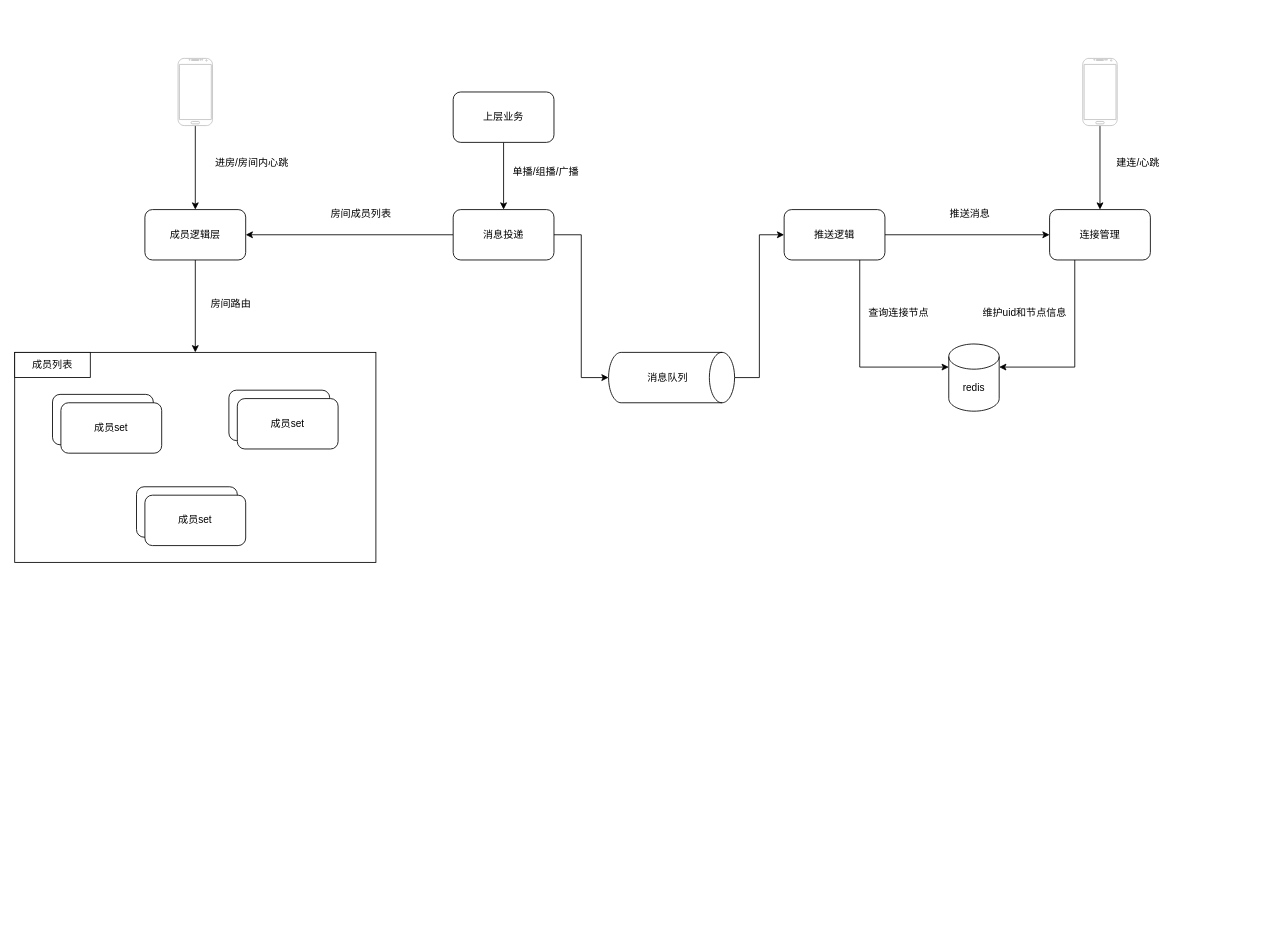
lovercode/drawio keeps this draw.io diagram as live.drawio. Above is the earlier version. Source tidied: cells renumbered, new cells numbered last; positions are measured from the earlier drawing's top-left corner, leaving out a move shared by most shapes. Both pictures are drawn from the tidied source at 84%, with x=0, y=0 at pixel (14, 58).
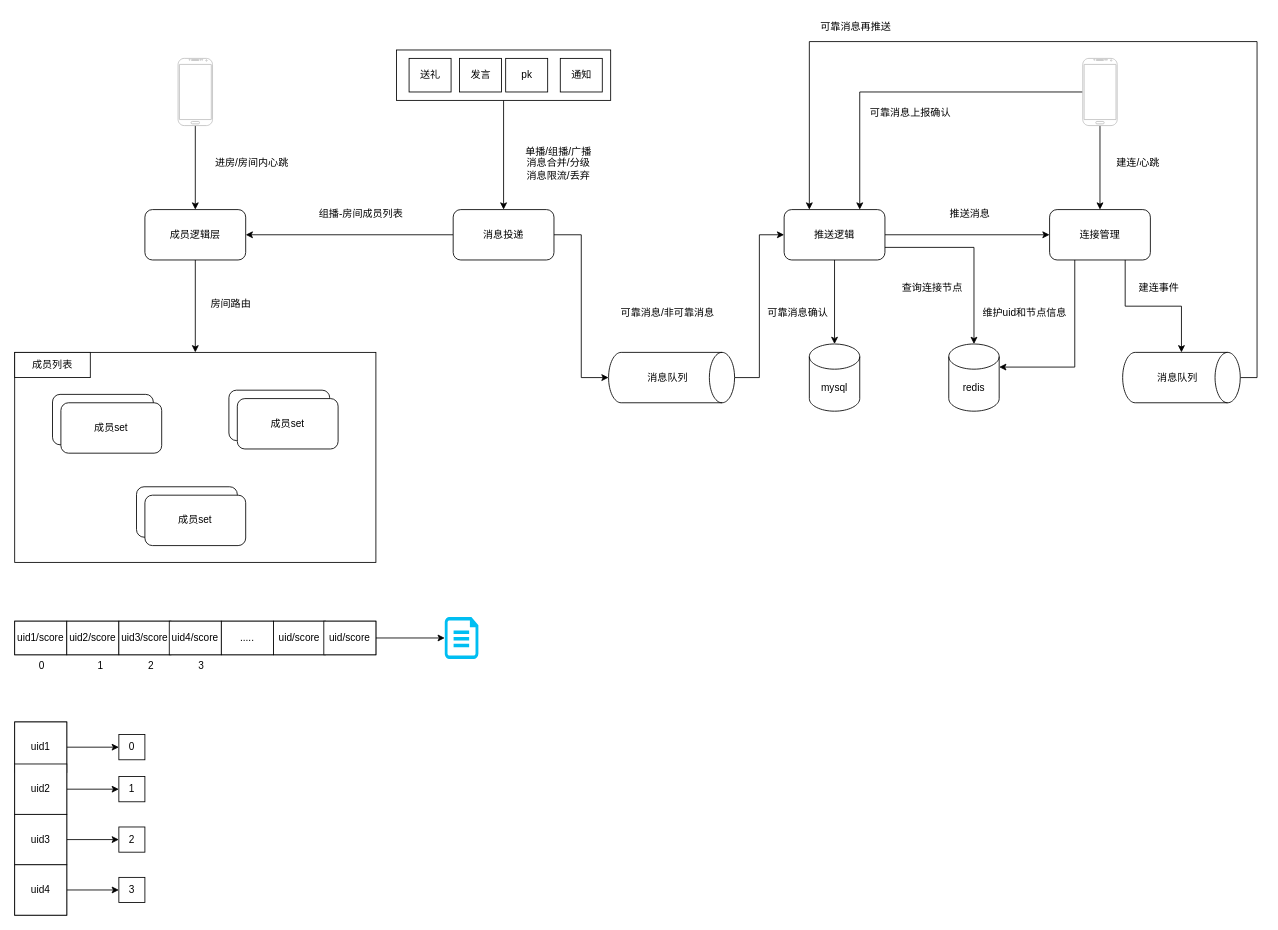
After the change.

The change refers to these unchanged cells:
```xml
<mxCell id="3" value="连接管理" style="rounded=1;whiteSpace=wrap;html=1;" parent="1" vertex="1">
  <mxGeometry x="1232" y="180" width="120" height="60" as="geometry" />
</mxCell>
<mxCell id="5" value="推送逻辑" style="rounded=1;whiteSpace=wrap;html=1;" parent="1" vertex="1">
  <mxGeometry x="916" y="180" width="120" height="60" as="geometry" />
</mxCell>
<mxCell id="7" value="消息投递" style="rounded=1;whiteSpace=wrap;html=1;" parent="1" vertex="1">
  <mxGeometry x="522" y="180" width="120" height="60" as="geometry" />
</mxCell>
<mxCell id="24" style="verticalLabelPosition=bottom;verticalAlign=top;html=1;shadow=0;dashed=0;strokeWidth=1;shape=mxgraph.android.phone2;strokeColor=#c0c0c0;" parent="1" vertex="1">
  <mxGeometry x="1271.5" width="41" height="80" as="geometry" />
</mxCell>
<mxCell id="26" value="redis" style="shape=cylinder3;whiteSpace=wrap;html=1;boundedLbl=1;backgroundOutline=1;size=15;" parent="1" vertex="1">
  <mxGeometry x="1112" y="340" width="60" height="80" as="geometry" />
</mxCell>
```

The edit, as a diff of the source:
```diff
@@
-    <mxCell id="21" value="房间成员列表" style="text;html=1;align=center;verticalAlign=middle;strokeColor=none;fillColor=none;" parent="1" vertex="1">
-      <mxGeometry x="362" y="170" width="100" height="30" as="geometry" />
+    <mxCell id="21" value="组播-房间成员列表" style="text;html=1;align=center;verticalAlign=middle;strokeColor=none;fillColor=none;" parent="1" vertex="1">
+      <mxGeometry x="352" y="170" width="120" height="30" as="geometry" />
     </mxCell>
@@
+    <mxCell id="38" style="edgeStyle=orthogonalEdgeStyle;rounded=0;jettySize=auto;html=1;entryX=0.75;entryY=0;entryDx=0;entryDy=0;" parent="1" edge="1" source="24" target="5">
+      <mxGeometry relative="1" as="geometry" />
+    </mxCell>
@@
-    <mxCell id="29" style="edgeStyle=orthogonalEdgeStyle;rounded=0;jettySize=auto;html=1;exitX=0.75;exitY=1;exitDx=0;exitDy=0;entryX=0;entryY=0;entryDx=0;entryDy=27.5;entryPerimeter=0;" parent="1" edge="1" source="5" target="26">
-      <mxGeometry relative="1" as="geometry" />
-    </mxCell>
     <mxCell id="30" value="查询连接节点" style="text;html=1;align=center;verticalAlign=middle;strokeColor=none;fillColor=none;" parent="1" vertex="1">
-      <mxGeometry x="1002" y="288" width="100" height="30" as="geometry" />
+      <mxGeometry x="1042" y="258" width="100" height="30" as="geometry" />
     </mxCell>
@@
-    <mxCell id="32" style="edgeStyle=orthogonalEdgeStyle;rounded=0;jettySize=auto;html=1;" parent="1" edge="1" source="33" target="7">
-      <mxGeometry relative="1" as="geometry" />
-    </mxCell>
-    <mxCell id="33" value="上层业务" style="rounded=1;whiteSpace=wrap;html=1;" parent="1" vertex="1">
-      <mxGeometry x="522" y="40" width="120" height="60" as="geometry" />
-    </mxCell>
-    <mxCell id="34" value="单播/组播/广播" style="text;html=1;align=center;verticalAlign=middle;strokeColor=none;fillColor=none;" parent="1" vertex="1">
-      <mxGeometry x="582" y="120" width="100" height="30" as="geometry" />
+    <mxCell id="34" value="单播/组播/广播&lt;br&gt;消息合并/分级&lt;br&gt;消息限流/丢弃" style="text;html=1;align=center;verticalAlign=middle;strokeColor=none;fillColor=none;" parent="1" vertex="1">
+      <mxGeometry x="597" y="95" width="100" height="60" as="geometry" />
     </mxCell>
@@
+    <mxCell id="39" style="edgeStyle=orthogonalEdgeStyle;rounded=0;jettySize=auto;html=1;exitX=0.5;exitY=1;exitDx=0;exitDy=0;entryX=0.5;entryY=0;entryDx=0;entryDy=0;" parent="1" edge="1" source="40" target="7">
+      <mxGeometry relative="1" as="geometry" />
+    </mxCell>
+    <mxCell id="40" style="rounded=0;whiteSpace=wrap;html=1;" parent="1" vertex="1">
+      <mxGeometry x="454.5" y="-10" width="255" height="60" as="geometry" />
+    </mxCell>
+    <mxCell id="41" value="送礼" style="rounded=0;whiteSpace=wrap;html=1;" parent="1" vertex="1">
+      <mxGeometry x="469.5" width="50" height="40" as="geometry" />
+    </mxCell>
+    <mxCell id="42" value="发言" style="rounded=0;whiteSpace=wrap;html=1;" parent="1" vertex="1">
+      <mxGeometry x="529.5" width="50" height="40" as="geometry" />
+    </mxCell>
+    <mxCell id="43" value="pk" style="rounded=0;whiteSpace=wrap;html=1;" parent="1" vertex="1">
+      <mxGeometry x="584.5" width="50" height="40" as="geometry" />
+    </mxCell>
+    <mxCell id="44" value="通知" style="rounded=0;whiteSpace=wrap;html=1;" parent="1" vertex="1">
+      <mxGeometry x="649.5" width="50" height="40" as="geometry" />
+    </mxCell>
+    <mxCell id="45" value="可靠消息/非可靠消息" style="text;html=1;align=center;verticalAlign=middle;strokeColor=none;fillColor=none;" parent="1" vertex="1">
+      <mxGeometry x="712" y="288" width="130" height="30" as="geometry" />
+    </mxCell>
+    <mxCell id="29" style="edgeStyle=orthogonalEdgeStyle;rounded=0;jettySize=auto;html=1;exitX=1;exitY=0.75;exitDx=0;exitDy=0;entryX=0.5;entryY=0;entryDx=0;entryDy=0;entryPerimeter=0;" parent="1" edge="1" source="5" target="26">
+      <mxGeometry relative="1" as="geometry" />
+    </mxCell>
+    <mxCell id="46" value="mysql" style="shape=cylinder3;whiteSpace=wrap;html=1;boundedLbl=1;backgroundOutline=1;size=15;" parent="1" vertex="1">
+      <mxGeometry x="946" y="340" width="60" height="80" as="geometry" />
+    </mxCell>
+    <mxCell id="47" value="可靠消息上报确认" style="text;html=1;align=center;verticalAlign=middle;strokeColor=none;fillColor=none;" parent="1" vertex="1">
+      <mxGeometry x="1006" y="50" width="120" height="30" as="geometry" />
+    </mxCell>
+    <mxCell id="48" style="edgeStyle=orthogonalEdgeStyle;rounded=0;jettySize=auto;html=1;exitX=0.5;exitY=1;exitDx=0;exitDy=0;entryX=0.5;entryY=0;entryDx=0;entryDy=0;entryPerimeter=0;" parent="1" edge="1" source="5" target="46">
+      <mxGeometry relative="1" as="geometry" />
+    </mxCell>
+    <mxCell id="49" value="可靠消息确认" style="text;html=1;align=center;verticalAlign=middle;strokeColor=none;fillColor=none;" parent="1" vertex="1">
+      <mxGeometry x="882" y="288" width="100" height="30" as="geometry" />
+    </mxCell>
+    <mxCell id="50" style="edgeStyle=orthogonalEdgeStyle;rounded=0;jettySize=auto;html=1;exitX=0.5;exitY=0;exitDx=0;exitDy=0;exitPerimeter=0;entryX=0.25;entryY=0;entryDx=0;entryDy=0;" parent="1" edge="1" source="51" target="5">
+      <mxGeometry relative="1" as="geometry">
+        <Array as="points">
+          <mxPoint x="1479" y="380" />
+          <mxPoint x="1479" y="-20" />
+          <mxPoint x="946" y="-20" />
+        </Array>
+      </mxGeometry>
+    </mxCell>
+    <mxCell id="51" style="shape=cylinder3;whiteSpace=wrap;html=1;boundedLbl=1;backgroundOutline=1;size=15;rotation=90;" parent="1" vertex="1">
+      <mxGeometry x="1359" y="310" width="60" height="140" as="geometry" />
+    </mxCell>
+    <mxCell id="52" style="edgeStyle=orthogonalEdgeStyle;rounded=0;jettySize=auto;html=1;exitX=0.75;exitY=1;exitDx=0;exitDy=0;entryX=0;entryY=0.5;entryDx=0;entryDy=0;entryPerimeter=0;" parent="1" edge="1" source="3" target="51">
+      <mxGeometry relative="1" as="geometry" />
+    </mxCell>
+    <mxCell id="53" value="消息队列" style="text;html=1;align=center;verticalAlign=middle;strokeColor=none;fillColor=none;" parent="1" vertex="1">
+      <mxGeometry x="1349" y="365" width="70" height="30" as="geometry" />
+    </mxCell>
+    <mxCell id="54" value="建连事件" style="text;html=1;align=center;verticalAlign=middle;strokeColor=none;fillColor=none;" parent="1" vertex="1">
+      <mxGeometry x="1327" y="258" width="70" height="30" as="geometry" />
+    </mxCell>
+    <mxCell id="55" value="可靠消息再推送" style="text;html=1;align=center;verticalAlign=middle;strokeColor=none;fillColor=none;" parent="1" vertex="1">
+      <mxGeometry x="946" y="-52" width="110" height="30" as="geometry" />
+    </mxCell>
+    <mxCell id="56" style="rounded=0;whiteSpace=wrap;html=1;" parent="1" vertex="1">
+      <mxGeometry y="670" width="430" height="40" as="geometry" />
+    </mxCell>
+    <mxCell id="57" value="uid1/score" style="rounded=0;whiteSpace=wrap;html=1;" parent="1" vertex="1">
+      <mxGeometry y="670" width="62" height="40" as="geometry" />
+    </mxCell>
+    <mxCell id="58" value="uid2/score" style="rounded=0;whiteSpace=wrap;html=1;" parent="1" vertex="1">
+      <mxGeometry x="62" y="670" width="62" height="40" as="geometry" />
+    </mxCell>
+    <mxCell id="59" value="uid3/score" style="rounded=0;whiteSpace=wrap;html=1;" parent="1" vertex="1">
+      <mxGeometry x="124" y="670" width="62" height="40" as="geometry" />
+    </mxCell>
+    <mxCell id="60" value="uid4/score" style="rounded=0;whiteSpace=wrap;html=1;" parent="1" vertex="1">
+      <mxGeometry x="184" y="670" width="62" height="40" as="geometry" />
+    </mxCell>
+    <mxCell id="61" value="....." style="rounded=0;whiteSpace=wrap;html=1;" parent="1" vertex="1">
+      <mxGeometry x="246" y="670" width="62" height="40" as="geometry" />
+    </mxCell>
+    <mxCell id="62" value="uid/score" style="rounded=0;whiteSpace=wrap;html=1;" parent="1" vertex="1">
+      <mxGeometry x="308" y="670" width="62" height="40" as="geometry" />
+    </mxCell>
+    <mxCell id="63" style="edgeStyle=orthogonalEdgeStyle;rounded=0;jettySize=auto;html=1;" parent="1" edge="1" source="64" target="82">
+      <mxGeometry relative="1" as="geometry" />
+    </mxCell>
+    <mxCell id="64" value="uid/score" style="rounded=0;whiteSpace=wrap;html=1;" parent="1" vertex="1">
+      <mxGeometry x="368" y="670" width="62" height="40" as="geometry" />
+    </mxCell>
+    <mxCell id="65" style="rounded=0;whiteSpace=wrap;html=1;" parent="1" vertex="1">
+      <mxGeometry y="790" width="62" height="230" as="geometry" />
+    </mxCell>
+    <mxCell id="66" style="edgeStyle=orthogonalEdgeStyle;rounded=0;jettySize=auto;html=1;" parent="1" edge="1" source="67" target="74">
+      <mxGeometry relative="1" as="geometry" />
+    </mxCell>
+    <mxCell id="67" value="uid1" style="rounded=0;whiteSpace=wrap;html=1;" parent="1" vertex="1">
+      <mxGeometry y="790" width="62" height="60" as="geometry" />
+    </mxCell>
+    <mxCell id="68" style="edgeStyle=orthogonalEdgeStyle;rounded=0;jettySize=auto;html=1;" parent="1" edge="1" source="69" target="75">
+      <mxGeometry relative="1" as="geometry" />
+    </mxCell>
+    <mxCell id="69" value="uid2" style="rounded=0;whiteSpace=wrap;html=1;" parent="1" vertex="1">
+      <mxGeometry y="840" width="62" height="60" as="geometry" />
+    </mxCell>
+    <mxCell id="70" style="edgeStyle=orthogonalEdgeStyle;rounded=0;jettySize=auto;html=1;" parent="1" edge="1" source="71" target="76">
+      <mxGeometry relative="1" as="geometry" />
+    </mxCell>
+    <mxCell id="71" value="uid3" style="rounded=0;whiteSpace=wrap;html=1;" parent="1" vertex="1">
+      <mxGeometry y="900" width="62" height="60" as="geometry" />
+    </mxCell>
+    <mxCell id="72" style="edgeStyle=orthogonalEdgeStyle;rounded=0;jettySize=auto;html=1;" parent="1" edge="1" source="73" target="77">
+      <mxGeometry relative="1" as="geometry" />
+    </mxCell>
+    <mxCell id="73" value="uid4" style="rounded=0;whiteSpace=wrap;html=1;" parent="1" vertex="1">
+      <mxGeometry y="960" width="62" height="60" as="geometry" />
+    </mxCell>
+    <mxCell id="74" value="0" style="rounded=0;whiteSpace=wrap;html=1;" parent="1" vertex="1">
+      <mxGeometry x="124" y="805" width="31" height="30" as="geometry" />
+    </mxCell>
+    <mxCell id="75" value="1" style="rounded=0;whiteSpace=wrap;html=1;" parent="1" vertex="1">
+      <mxGeometry x="124" y="855" width="31" height="30" as="geometry" />
+    </mxCell>
+    <mxCell id="76" value="2" style="rounded=0;whiteSpace=wrap;html=1;" parent="1" vertex="1">
+      <mxGeometry x="124" y="915" width="31" height="30" as="geometry" />
+    </mxCell>
+    <mxCell id="77" value="3" style="rounded=0;whiteSpace=wrap;html=1;" parent="1" vertex="1">
+      <mxGeometry x="124" y="975" width="31" height="30" as="geometry" />
+    </mxCell>
+    <mxCell id="78" value="0" style="text;html=1;align=center;verticalAlign=middle;strokeColor=none;fillColor=none;" parent="1" vertex="1">
+      <mxGeometry x="17" y="708" width="30" height="30" as="geometry" />
+    </mxCell>
+    <mxCell id="79" value="1" style="text;html=1;align=center;verticalAlign=middle;strokeColor=none;fillColor=none;" parent="1" vertex="1">
+      <mxGeometry x="87" y="708" width="30" height="30" as="geometry" />
+    </mxCell>
+    <mxCell id="80" value="2" style="text;html=1;align=center;verticalAlign=middle;strokeColor=none;fillColor=none;" parent="1" vertex="1">
+      <mxGeometry x="147" y="708" width="30" height="30" as="geometry" />
+    </mxCell>
+    <mxCell id="81" value="3" style="text;html=1;align=center;verticalAlign=middle;strokeColor=none;fillColor=none;" parent="1" vertex="1">
+      <mxGeometry x="207" y="708" width="30" height="30" as="geometry" />
+    </mxCell>
+    <mxCell id="82" style="verticalLabelPosition=bottom;html=1;verticalAlign=top;align=center;strokeColor=none;fillColor=#00BEF2;shape=mxgraph.azure.cloud_services_configuration_file;" parent="1" vertex="1">
+      <mxGeometry x="512" y="665" width="40" height="50" as="geometry" />
+    </mxCell>
```
